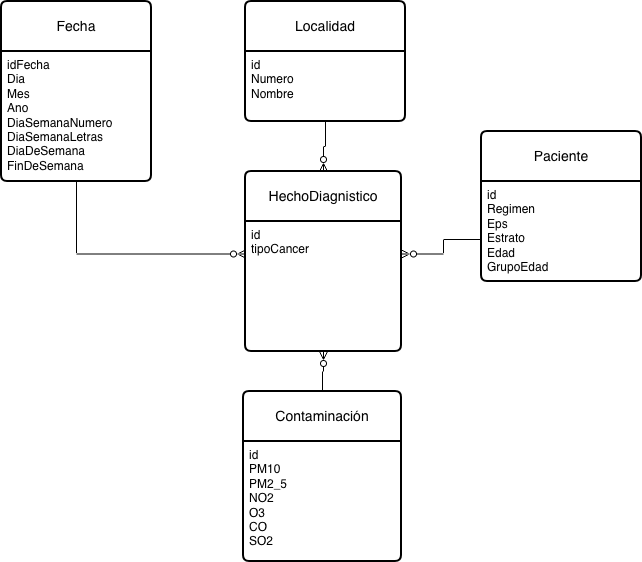
Before: Proyecto2PrimerModelo.drawio.png, a diagram exported from draw.io (CamiloC21/DiagramasIN). Source tidied: cells renumbered, new cells last; positions are measured from the earlier drawing's top-left corner, leaving out a move shared by most shapes. Source of this version:
```xml
<mxGraphModel>
  <root>
    <mxCell id="0" />
    <mxCell id="1" parent="0" />
    <mxCell id="2" value="Fecha" style="swimlane;horizontal=1;startSize=50;rounded=1;fontSize=14;fontStyle=0;strokeWidth=2;shadow=0;dashed=0;align=center;arcSize=4;whiteSpace=wrap;html=1;" parent="1" vertex="1">
      <mxGeometry width="150" height="180" as="geometry" />
    </mxCell>
    <mxCell id="3" value="idFecha&lt;div&gt;Dia&lt;/div&gt;&lt;div&gt;Mes&lt;/div&gt;&lt;div&gt;Ano&lt;/div&gt;&lt;div&gt;DiaSemanaNumero&lt;/div&gt;&lt;div&gt;DiaSemanaLetras&lt;/div&gt;&lt;div&gt;DiaDeSemana&lt;/div&gt;&lt;div&gt;FinDeSemana&lt;/div&gt;" style="align=left;strokeColor=none;fillColor=none;spacingLeft=4;spacingRight=4;fontSize=12;verticalAlign=top;html=1;whiteSpace=wrap;" parent="2" vertex="1">
      <mxGeometry y="50" width="150" height="130" as="geometry" />
    </mxCell>
    <mxCell id="4" value="Localidad" style="swimlane;horizontal=1;startSize=50;rounded=1;fontSize=14;fontStyle=0;strokeWidth=2;shadow=0;dashed=0;align=center;arcSize=4;whiteSpace=wrap;html=1;" parent="1" vertex="1">
      <mxGeometry x="244" width="160" height="120" as="geometry" />
    </mxCell>
    <mxCell id="5" value="id&lt;div&gt;Numero&lt;/div&gt;&lt;div&gt;Nombre&lt;/div&gt;" style="align=left;strokeColor=none;fillColor=none;spacingLeft=4;spacingRight=4;fontSize=12;verticalAlign=top;html=1;whiteSpace=wrap;" parent="4" vertex="1">
      <mxGeometry y="50" width="160" height="70" as="geometry" />
    </mxCell>
    <mxCell id="6" value="HechoDiagnistico" style="swimlane;horizontal=1;startSize=50;rounded=1;fontSize=14;fontStyle=0;strokeWidth=2;shadow=0;dashed=0;align=center;arcSize=4;whiteSpace=wrap;html=1;" parent="1" vertex="1">
      <mxGeometry x="244" y="170" width="156" height="180" as="geometry" />
    </mxCell>
    <mxCell id="7" value="id&lt;div&gt;tipoCancer&lt;/div&gt;&lt;div&gt;&lt;br&gt;&lt;/div&gt;" style="align=left;strokeColor=none;fillColor=none;spacingLeft=4;spacingRight=4;fontSize=12;verticalAlign=top;html=1;whiteSpace=wrap;" parent="6" vertex="1">
      <mxGeometry y="50" width="156" height="130" as="geometry" />
    </mxCell>
    <mxCell id="8" style="edgeStyle=orthogonalEdgeStyle;rounded=0;jettySize=auto;html=1;exitX=0.5;exitY=1;exitDx=0;exitDy=0;entryX=0;entryY=0.25;entryDx=0;entryDy=0;endArrow=ERzeroToMany;endFill=0;" parent="1" edge="1" source="3" target="7">
      <mxGeometry relative="1" as="geometry" />
    </mxCell>
    <mxCell id="9" style="edgeStyle=orthogonalEdgeStyle;rounded=0;jettySize=auto;html=1;exitX=0.5;exitY=1;exitDx=0;exitDy=0;entryX=0.5;entryY=0;entryDx=0;entryDy=0;endArrow=ERzeroToMany;endFill=0;" parent="1" edge="1" source="5" target="6">
      <mxGeometry relative="1" as="geometry" />
    </mxCell>
    <mxCell id="10" value="Paciente" style="swimlane;horizontal=1;startSize=50;rounded=1;fontSize=14;fontStyle=0;strokeWidth=2;shadow=0;dashed=0;align=center;arcSize=4;whiteSpace=wrap;html=1;" parent="1" vertex="1">
      <mxGeometry x="480" y="130" width="160" height="150" as="geometry" />
    </mxCell>
    <mxCell id="11" value="id&lt;div&gt;Regimen&lt;/div&gt;&lt;div&gt;Eps&lt;/div&gt;&lt;div&gt;Estrato&lt;/div&gt;&lt;div&gt;Edad&lt;/div&gt;&lt;div&gt;GrupoEdad&lt;/div&gt;" style="align=left;strokeColor=none;fillColor=none;spacingLeft=4;spacingRight=4;fontSize=12;verticalAlign=top;html=1;whiteSpace=wrap;" parent="10" vertex="1">
      <mxGeometry y="50" width="160" height="100" as="geometry" />
    </mxCell>
    <mxCell id="12" style="edgeStyle=orthogonalEdgeStyle;rounded=0;jettySize=auto;html=1;exitX=0;exitY=0.5;exitDx=0;exitDy=0;entryX=1;entryY=0.25;entryDx=0;entryDy=0;endArrow=ERzeroToMany;endFill=0;" parent="1" edge="1" source="11" target="7">
      <mxGeometry relative="1" as="geometry">
        <Array as="points">
          <mxPoint x="480" y="238" />
          <mxPoint x="442" y="238" />
        </Array>
      </mxGeometry>
    </mxCell>
    <mxCell id="13" style="edgeStyle=orthogonalEdgeStyle;rounded=0;jettySize=auto;html=1;exitX=0.5;exitY=0;exitDx=0;exitDy=0;entryX=0.5;entryY=1;entryDx=0;entryDy=0;endArrow=ERzeroToMany;endFill=0;" parent="1" edge="1" source="14" target="7">
      <mxGeometry relative="1" as="geometry" />
    </mxCell>
    <mxCell id="14" value="Contaminación" style="swimlane;horizontal=1;startSize=50;rounded=1;fontSize=14;fontStyle=0;strokeWidth=2;shadow=0;dashed=0;align=center;arcSize=4;whiteSpace=wrap;html=1;" parent="1" vertex="1">
      <mxGeometry x="242" y="390" width="158" height="170" as="geometry" />
    </mxCell>
    <mxCell id="15" value="id&lt;div&gt;&lt;div&gt;PM10&lt;/div&gt;&lt;div&gt;PM2_5&lt;/div&gt;&lt;div&gt;NO2&lt;/div&gt;&lt;div&gt;O3&lt;/div&gt;&lt;div&gt;CO&lt;/div&gt;&lt;div&gt;SO2&lt;/div&gt;&lt;/div&gt;" style="align=left;strokeColor=none;fillColor=none;spacingLeft=4;spacingRight=4;fontSize=12;verticalAlign=top;html=1;whiteSpace=wrap;" parent="14" vertex="1">
      <mxGeometry y="50" width="158" height="120" as="geometry" />
    </mxCell>
  </root>
</mxGraphModel>
```
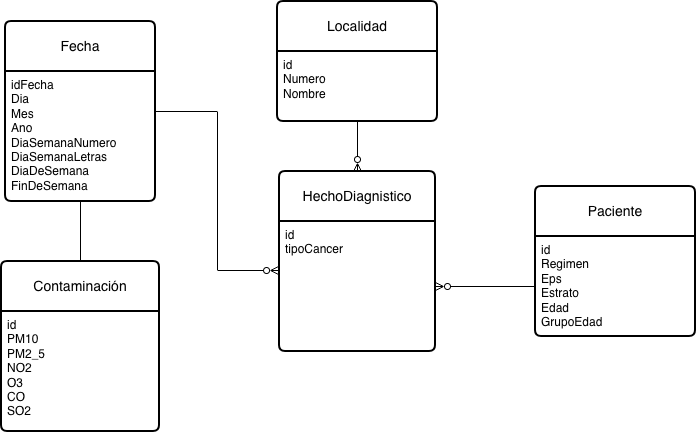
Later version of the same file.

What changed in the source:
```diff
@@ -3,13 +3,13 @@
     <mxCell id="0" />
     <mxCell id="1" parent="0" />
     <mxCell id="2" value="Fecha" style="swimlane;horizontal=1;startSize=50;rounded=1;fontSize=14;fontStyle=0;strokeWidth=2;shadow=0;dashed=0;align=center;arcSize=4;whiteSpace=wrap;html=1;" parent="1" vertex="1">
-      <mxGeometry width="150" height="180" as="geometry" />
+      <mxGeometry x="-30" y="20" width="150" height="180" as="geometry" />
     </mxCell>
     <mxCell id="3" value="idFecha&lt;div&gt;Dia&lt;/div&gt;&lt;div&gt;Mes&lt;/div&gt;&lt;div&gt;Ano&lt;/div&gt;&lt;div&gt;DiaSemanaNumero&lt;/div&gt;&lt;div&gt;DiaSemanaLetras&lt;/div&gt;&lt;div&gt;DiaDeSemana&lt;/div&gt;&lt;div&gt;FinDeSemana&lt;/div&gt;" style="align=left;strokeColor=none;fillColor=none;spacingLeft=4;spacingRight=4;fontSize=12;verticalAlign=top;html=1;whiteSpace=wrap;" parent="2" vertex="1">
       <mxGeometry y="50" width="150" height="130" as="geometry" />
     </mxCell>
     <mxCell id="4" value="Localidad" style="swimlane;horizontal=1;startSize=50;rounded=1;fontSize=14;fontStyle=0;strokeWidth=2;shadow=0;dashed=0;align=center;arcSize=4;whiteSpace=wrap;html=1;" parent="1" vertex="1">
-      <mxGeometry x="244" width="160" height="120" as="geometry" />
+      <mxGeometry x="242" width="160" height="120" as="geometry" />
     </mxCell>
     <mxCell id="5" value="id&lt;div&gt;Numero&lt;/div&gt;&lt;div&gt;Nombre&lt;/div&gt;" style="align=left;strokeColor=none;fillColor=none;spacingLeft=4;spacingRight=4;fontSize=12;verticalAlign=top;html=1;whiteSpace=wrap;" parent="4" vertex="1">
       <mxGeometry y="50" width="160" height="70" as="geometry" />
@@ -20,34 +20,29 @@
     <mxCell id="7" value="id&lt;div&gt;tipoCancer&lt;/div&gt;&lt;div&gt;&lt;br&gt;&lt;/div&gt;" style="align=left;strokeColor=none;fillColor=none;spacingLeft=4;spacingRight=4;fontSize=12;verticalAlign=top;html=1;whiteSpace=wrap;" parent="6" vertex="1">
       <mxGeometry y="50" width="156" height="130" as="geometry" />
     </mxCell>
-    <mxCell id="8" style="edgeStyle=orthogonalEdgeStyle;rounded=0;jettySize=auto;html=1;exitX=0.5;exitY=1;exitDx=0;exitDy=0;entryX=0;entryY=0.25;entryDx=0;entryDy=0;endArrow=ERzeroToMany;endFill=0;" parent="1" edge="1" source="3" target="7">
-      <mxGeometry relative="1" as="geometry" />
-    </mxCell>
-    <mxCell id="9" style="edgeStyle=orthogonalEdgeStyle;rounded=0;jettySize=auto;html=1;exitX=0.5;exitY=1;exitDx=0;exitDy=0;entryX=0.5;entryY=0;entryDx=0;entryDy=0;endArrow=ERzeroToMany;endFill=0;" parent="1" edge="1" source="5" target="6">
-      <mxGeometry relative="1" as="geometry" />
-    </mxCell>
     <mxCell id="10" value="Paciente" style="swimlane;horizontal=1;startSize=50;rounded=1;fontSize=14;fontStyle=0;strokeWidth=2;shadow=0;dashed=0;align=center;arcSize=4;whiteSpace=wrap;html=1;" parent="1" vertex="1">
-      <mxGeometry x="480" y="130" width="160" height="150" as="geometry" />
+      <mxGeometry x="500" y="185" width="160" height="150" as="geometry" />
     </mxCell>
     <mxCell id="11" value="id&lt;div&gt;Regimen&lt;/div&gt;&lt;div&gt;Eps&lt;/div&gt;&lt;div&gt;Estrato&lt;/div&gt;&lt;div&gt;Edad&lt;/div&gt;&lt;div&gt;GrupoEdad&lt;/div&gt;" style="align=left;strokeColor=none;fillColor=none;spacingLeft=4;spacingRight=4;fontSize=12;verticalAlign=top;html=1;whiteSpace=wrap;" parent="10" vertex="1">
       <mxGeometry y="50" width="160" height="100" as="geometry" />
     </mxCell>
-    <mxCell id="12" style="edgeStyle=orthogonalEdgeStyle;rounded=0;jettySize=auto;html=1;exitX=0;exitY=0.5;exitDx=0;exitDy=0;entryX=1;entryY=0.25;entryDx=0;entryDy=0;endArrow=ERzeroToMany;endFill=0;" parent="1" edge="1" source="11" target="7">
-      <mxGeometry relative="1" as="geometry">
-        <Array as="points">
-          <mxPoint x="480" y="238" />
-          <mxPoint x="442" y="238" />
-        </Array>
-      </mxGeometry>
-    </mxCell>
-    <mxCell id="13" style="edgeStyle=orthogonalEdgeStyle;rounded=0;jettySize=auto;html=1;exitX=0.5;exitY=0;exitDx=0;exitDy=0;entryX=0.5;entryY=1;entryDx=0;entryDy=0;endArrow=ERzeroToMany;endFill=0;" parent="1" edge="1" source="14" target="7">
-      <mxGeometry relative="1" as="geometry" />
-    </mxCell>
+    <mxCell id="16" style="edgeStyle=orthogonalEdgeStyle;rounded=0;jettySize=auto;html=1;entryX=0.5;entryY=1;entryDx=0;entryDy=0;endArrow=none;endFill=0;" parent="1" edge="1" source="14" target="3">
+      <mxGeometry relative="1" as="geometry" />
+    </mxCell>
     <mxCell id="14" value="Contaminación" style="swimlane;horizontal=1;startSize=50;rounded=1;fontSize=14;fontStyle=0;strokeWidth=2;shadow=0;dashed=0;align=center;arcSize=4;whiteSpace=wrap;html=1;" parent="1" vertex="1">
-      <mxGeometry x="242" y="390" width="158" height="170" as="geometry" />
+      <mxGeometry x="-34" y="260" width="158" height="170" as="geometry" />
     </mxCell>
     <mxCell id="15" value="id&lt;div&gt;&lt;div&gt;PM10&lt;/div&gt;&lt;div&gt;PM2_5&lt;/div&gt;&lt;div&gt;NO2&lt;/div&gt;&lt;div&gt;O3&lt;/div&gt;&lt;div&gt;CO&lt;/div&gt;&lt;div&gt;SO2&lt;/div&gt;&lt;/div&gt;" style="align=left;strokeColor=none;fillColor=none;spacingLeft=4;spacingRight=4;fontSize=12;verticalAlign=top;html=1;whiteSpace=wrap;" parent="14" vertex="1">
       <mxGeometry y="50" width="158" height="120" as="geometry" />
     </mxCell>
+    <mxCell id="17" style="edgeStyle=orthogonalEdgeStyle;rounded=0;jettySize=auto;html=1;entryX=-0.006;entryY=0.377;entryDx=0;entryDy=0;entryPerimeter=0;endArrow=ERzeroToMany;endFill=0;" parent="1" edge="1" source="2" target="7">
+      <mxGeometry relative="1" as="geometry" />
+    </mxCell>
+    <mxCell id="9" style="edgeStyle=orthogonalEdgeStyle;rounded=0;jettySize=auto;html=1;entryX=0.5;entryY=0;entryDx=0;entryDy=0;endArrow=ERzeroToMany;endFill=0;" parent="1" edge="1" source="5" target="6">
+      <mxGeometry relative="1" as="geometry" />
+    </mxCell>
+    <mxCell id="12" style="edgeStyle=orthogonalEdgeStyle;rounded=0;jettySize=auto;html=1;entryX=1;entryY=0.5;entryDx=0;entryDy=0;endArrow=ERzeroToMany;endFill=0;" parent="1" edge="1" source="11" target="7">
+      <mxGeometry relative="1" as="geometry" />
+    </mxCell>
   </root>
 </mxGraphModel>
```
